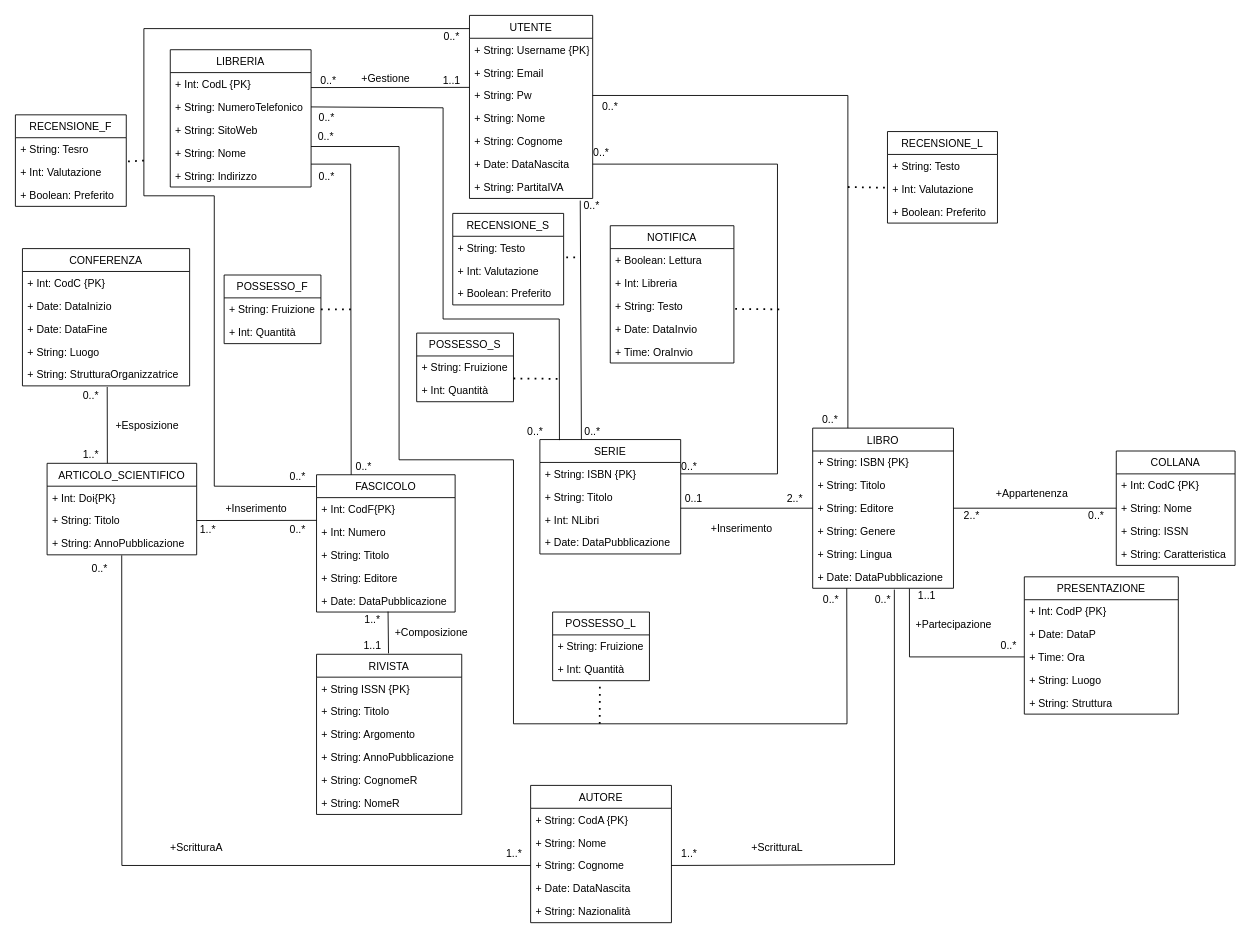
Above: page "Pagina-1" (1 of 2) of DiagrammaUML(ristrutturato).drawio in Giovk/Sistema-di-una-Bibleoteca-Digitale (draw.io), before the change. Source tidied: cells renumbered, new cells numbered last; positions are measured from the earlier drawing's top-left corner, leaving out a move shared by most shapes. Both pictures are drawn from the tidied source at 88%, with x=0, y=0 at pixel (15, 15).
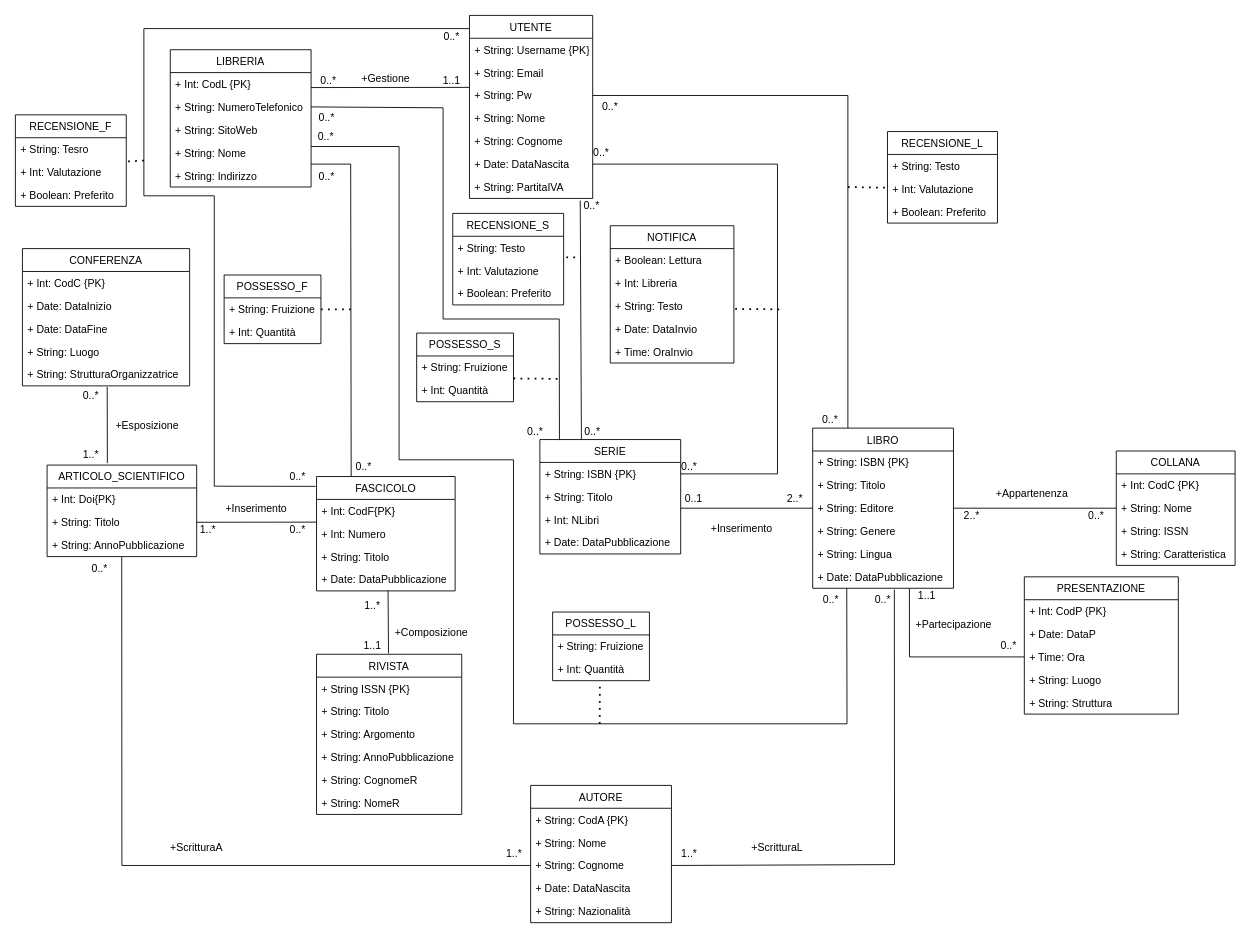
After the change.

The edit, as a diff of the source:
```diff
@@
     <mxCell id="98" value="ARTICOLO_SCIENTIFICO" style="swimlane;fontStyle=0;horizontal=1;startSize=26;fillColor=none;" parent="1" vertex="1">
-      <mxGeometry x="36" y="509" width="170" height="104" as="geometry" />
+      <mxGeometry x="36" y="511" width="170" height="104" as="geometry" />
     </mxCell>
@@
     <mxCell id="129" value="FASCICOLO" style="swimlane;fontStyle=0;horizontal=1;startSize=26;fillColor=none;" parent="1" vertex="1">
-      <mxGeometry x="342.2" y="522" width="157.5" height="156" as="geometry" />
+      <mxGeometry x="342.2" y="524" width="157.5" height="130" as="geometry" />
     </mxCell>
@@
-    <mxCell id="133" value="+ String: Editore" style="text;strokeColor=none;fillColor=none;align=left;verticalAlign=top;spacingLeft=4;spacingRight=4;overflow=hidden;" parent="129" vertex="1">
-      <mxGeometry y="104" width="157.5" height="26" as="geometry" />
-    </mxCell>
     <mxCell id="134" value="+ Date: DataPubblicazione" style="text;strokeColor=none;fillColor=none;align=left;verticalAlign=top;spacingLeft=4;spacingRight=4;overflow=hidden;points=[[0,0.5],[1,0.5]];portConstraint=eastwest;" parent="129" vertex="1">
-      <mxGeometry y="130" width="157.5" height="26" as="geometry" />
+      <mxGeometry y="104" width="157.5" height="26" as="geometry" />
     </mxCell>
@@
     <mxCell id="138" value="1..*" style="text;html=1;strokeColor=none;fillColor=none;align=center;verticalAlign=middle;whiteSpace=wrap;rounded=0;" parent="1" vertex="1">
-      <mxGeometry x="376" y="678" width="60" height="18" as="geometry" />
+      <mxGeometry x="376" y="662" width="60" height="18" as="geometry" />
     </mxCell>
```
